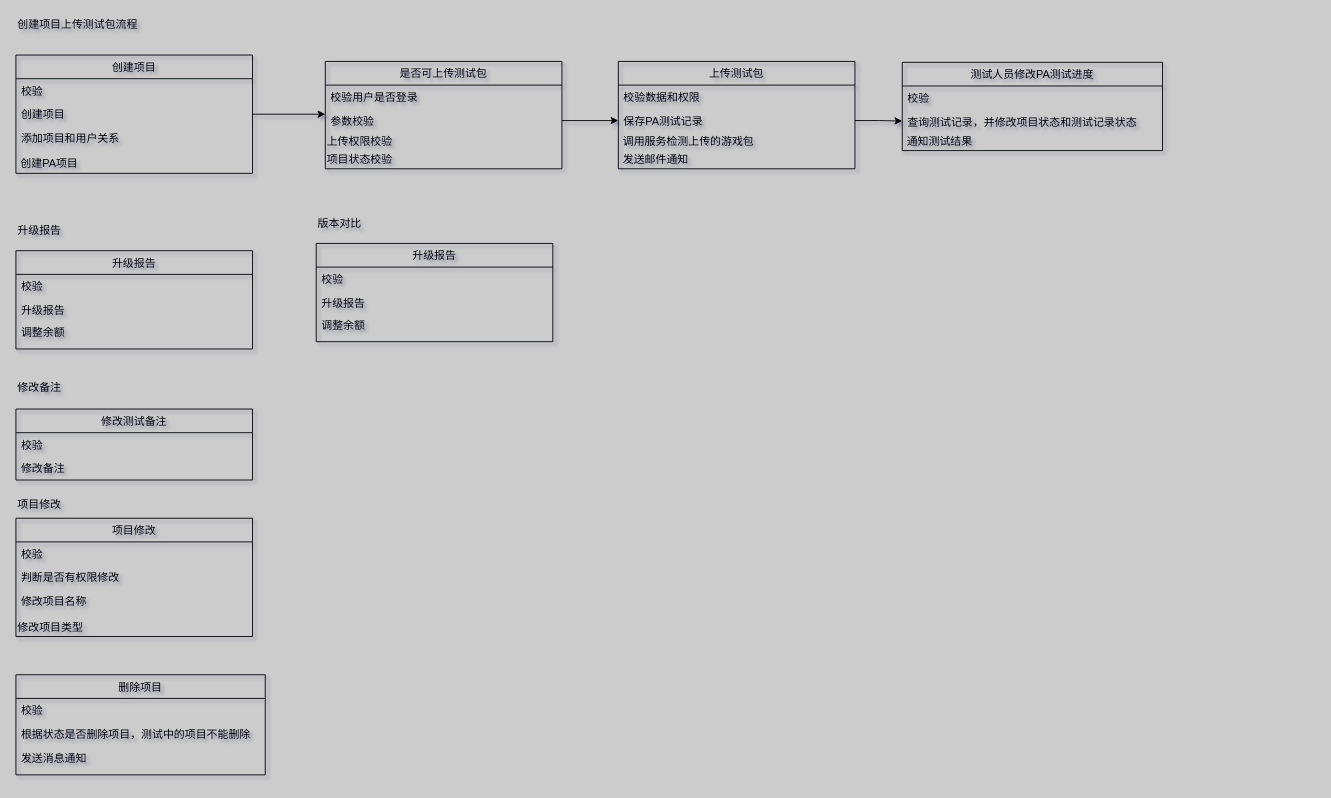
Before: Untitled Diagram.drawio in concurrentWang/SpringBoot-Labs, a draw.io diagram. Source tidied: cells renumbered, new cells numbered last; positions are measured from the earlier drawing's top-left corner, leaving out a move shared by most shapes. Both pictures are drawn from the tidied source at 91%, with x=0, y=0 at pixel (15, 15).
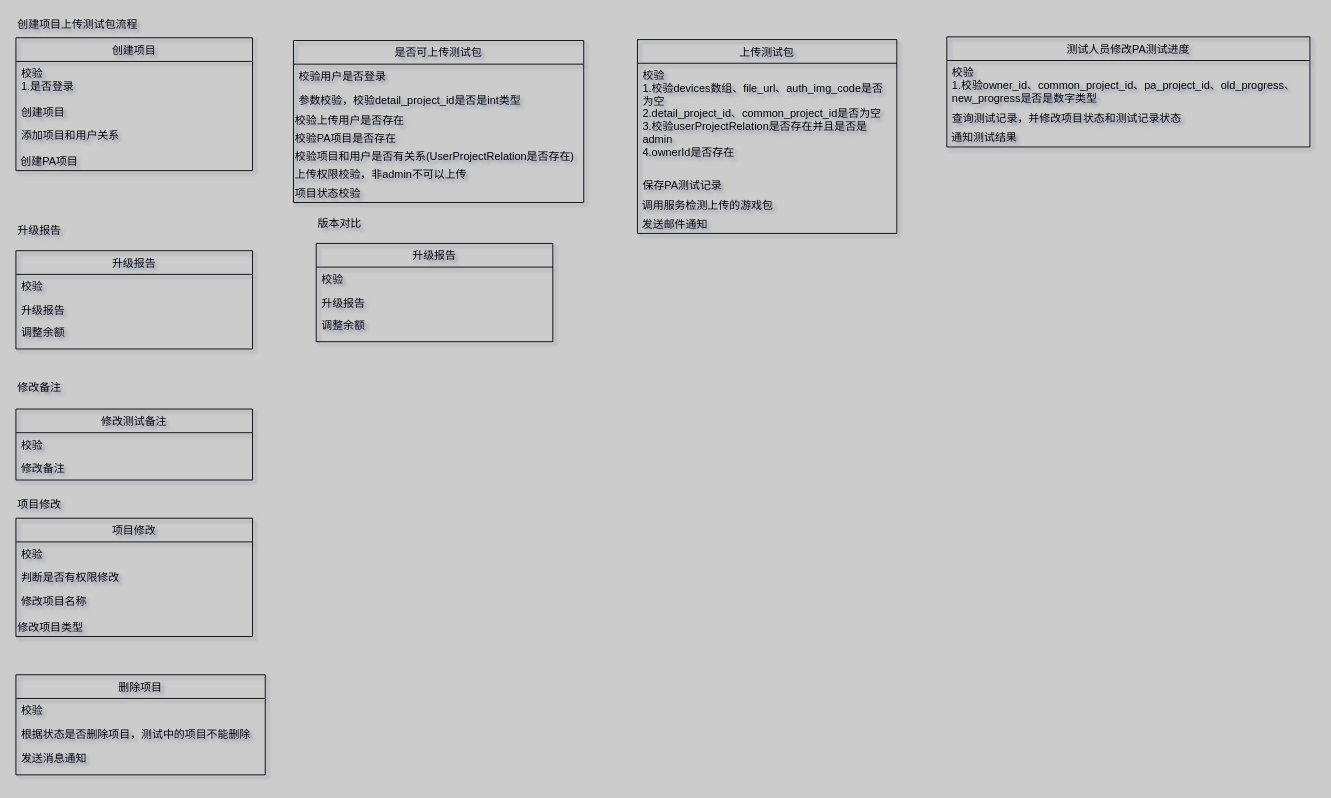
After the change.

The edit, as a diff of the source:
```diff
@@
     <mxCell id="2" value="创建项目" style="swimlane;fontStyle=0;horizontal=1;startSize=26;fillColor=none;" parent="1" vertex="1">
-      <mxGeometry y="43" width="260" height="130" as="geometry" />
+      <mxGeometry y="24" width="260" height="146" as="geometry" />
     </mxCell>
-    <mxCell id="3" value="校验" style="text;strokeColor=none;fillColor=none;align=left;verticalAlign=top;spacingLeft=4;spacingRight=4;overflow=hidden;" parent="2" vertex="1">
-      <mxGeometry y="26" width="260" height="26" as="geometry" />
+    <mxCell id="3" value="校验&#10;1.是否登录" style="text;strokeColor=none;fillColor=none;align=left;verticalAlign=top;spacingLeft=4;spacingRight=4;overflow=hidden;" parent="2" vertex="1">
+      <mxGeometry y="26" width="260" height="42" as="geometry" />
     </mxCell>
     <mxCell id="4" value="创建项目" style="text;strokeColor=none;fillColor=none;align=left;verticalAlign=top;spacingLeft=4;spacingRight=4;overflow=hidden;points=[[0,0.5],[1,0.5]];portConstraint=eastwest;" parent="2" vertex="1">
-      <mxGeometry y="52" width="260" height="26" as="geometry" />
+      <mxGeometry y="68" width="260" height="26" as="geometry" />
     </mxCell>
     <mxCell id="5" value="添加项目和用户关系" style="text;strokeColor=none;fillColor=none;align=left;verticalAlign=top;spacingLeft=4;spacingRight=4;overflow=hidden;" parent="2" vertex="1">
-      <mxGeometry y="78" width="260" height="32" as="geometry" />
+      <mxGeometry y="94" width="260" height="32" as="geometry" />
     </mxCell>
     <mxCell id="6" value="&lt;span&gt;&amp;nbsp;创建PA项目&lt;/span&gt;" style="text;html=1;strokeColor=none;fillColor=none;align=left;verticalAlign=middle;whiteSpace=wrap;rounded=0;" parent="2" vertex="1">
-      <mxGeometry y="110" width="260" height="20" as="geometry" />
+      <mxGeometry y="126" width="260" height="20" as="geometry" />
     </mxCell>
-    <mxCell id="7" style="edgeStyle=orthogonalEdgeStyle;rounded=0;jettySize=auto;html=1;exitX=1;exitY=0.5;exitDx=0;exitDy=0;" parent="1" edge="1" source="4">
-      <mxGeometry relative="1" as="geometry">
-        <mxPoint x="340" y="108" as="targetPoint" />
-      </mxGeometry>
-    </mxCell>
     <mxCell id="8" value="上传测试包" style="swimlane;fontStyle=0;horizontal=1;startSize=26;fillColor=none;" parent="1" vertex="1">
-      <mxGeometry x="662" y="50" width="260" height="118" as="geometry" />
+      <mxGeometry x="683" y="26" width="285" height="213" as="geometry" />
     </mxCell>
-    <mxCell id="9" value="校验数据和权限" style="text;strokeColor=none;fillColor=none;align=left;verticalAlign=top;spacingLeft=4;spacingRight=4;overflow=hidden;" parent="8" vertex="1">
-      <mxGeometry y="26" width="260" height="26" as="geometry" />
+    <mxCell id="9" value="校验&#10;1.校验devices数组、file_url、auth_img_code是否&#10;为空&#10;2.detail_project_id、common_project_id是否为空&#10;3.校验userProjectRelation是否存在并且是否是&#10;admin&#10;4.ownerId是否存在" style="text;strokeColor=none;fillColor=none;align=left;verticalAlign=top;spacingLeft=4;spacingRight=4;overflow=hidden;" parent="8" vertex="1">
+      <mxGeometry y="26" width="285" height="121" as="geometry" />
     </mxCell>
     <mxCell id="10" value="保存PA测试记录" style="text;strokeColor=none;fillColor=none;align=left;verticalAlign=top;spacingLeft=4;spacingRight=4;overflow=hidden;points=[[0,0.5],[1,0.5]];portConstraint=eastwest;" parent="8" vertex="1">
-      <mxGeometry y="52" width="260" height="26" as="geometry" />
+      <mxGeometry y="147" width="285" height="26" as="geometry" />
     </mxCell>
     <mxCell id="11" value="&amp;nbsp;调用服务检测上传的游戏包" style="text;html=1;strokeColor=none;fillColor=none;align=left;verticalAlign=middle;whiteSpace=wrap;rounded=0;" parent="8" vertex="1">
-      <mxGeometry y="78" width="260" height="20" as="geometry" />
+      <mxGeometry y="173" width="285" height="20" as="geometry" />
     </mxCell>
     <mxCell id="12" value="&amp;nbsp;发送邮件通知" style="text;html=1;strokeColor=none;fillColor=none;align=left;verticalAlign=middle;whiteSpace=wrap;rounded=0;" parent="8" vertex="1">
-      <mxGeometry y="98" width="260" height="20" as="geometry" />
+      <mxGeometry y="193" width="285" height="20" as="geometry" />
     </mxCell>
     <mxCell id="13" value="测试人员修改PA测试进度" style="swimlane;fontStyle=0;horizontal=1;startSize=26;fillColor=none;" parent="1" vertex="1">
-      <mxGeometry x="974" y="51" width="286" height="97" as="geometry" />
+      <mxGeometry x="1023" y="23" width="399" height="121" as="geometry" />
     </mxCell>
-    <mxCell id="14" value="校验" style="text;strokeColor=none;fillColor=none;align=left;verticalAlign=top;spacingLeft=4;spacingRight=4;overflow=hidden;" parent="13" vertex="1">
-      <mxGeometry y="26" width="286" height="26" as="geometry" />
+    <mxCell id="14" value="校验&#10;1.校验owner_id、common_project_id、pa_project_id、old_progress、&#10;new_progress是否是数字类型" style="text;strokeColor=none;fillColor=none;align=left;verticalAlign=top;spacingLeft=4;spacingRight=4;overflow=hidden;" parent="13" vertex="1">
+      <mxGeometry y="26" width="399" height="50" as="geometry" />
     </mxCell>
     <mxCell id="15" value="查询测试记录，并修改项目状态和测试记录状态" style="text;strokeColor=none;fillColor=none;align=left;verticalAlign=top;spacingLeft=4;spacingRight=4;overflow=hidden;points=[[0,0.5],[1,0.5]];portConstraint=eastwest;" parent="13" vertex="1">
-      <mxGeometry y="52" width="286" height="25" as="geometry" />
+      <mxGeometry y="76" width="399" height="25" as="geometry" />
     </mxCell>
     <mxCell id="16" value="&amp;nbsp;通知测试结果" style="text;html=1;strokeColor=none;fillColor=none;align=left;verticalAlign=middle;whiteSpace=wrap;rounded=0;" parent="13" vertex="1">
-      <mxGeometry y="77" width="286" height="20" as="geometry" />
+      <mxGeometry y="101" width="399" height="20" as="geometry" />
     </mxCell>
-    <mxCell id="17" style="edgeStyle=orthogonalEdgeStyle;rounded=0;jettySize=auto;html=1;exitX=1;exitY=0.5;exitDx=0;exitDy=0;entryX=0;entryY=0.5;entryDx=0;entryDy=0;" parent="1" edge="1" source="10" target="15">
-      <mxGeometry relative="1" as="geometry" />
-    </mxCell>
@@
     <mxCell id="28" value="是否可上传测试包" style="swimlane;fontStyle=0;horizontal=1;startSize=26;fillColor=none;" parent="1" vertex="1">
-      <mxGeometry x="340" y="50" width="260" height="118" as="geometry" />
+      <mxGeometry x="305" y="27" width="319" height="178" as="geometry" />
     </mxCell>
     <mxCell id="29" value="校验用户是否登录" style="text;strokeColor=none;fillColor=none;align=left;verticalAlign=top;spacingLeft=4;spacingRight=4;overflow=hidden;" parent="28" vertex="1">
-      <mxGeometry y="26" width="260" height="26" as="geometry" />
+      <mxGeometry y="26" width="319" height="26" as="geometry" />
     </mxCell>
-    <mxCell id="30" value="参数校验" style="text;strokeColor=none;fillColor=none;align=left;verticalAlign=top;spacingLeft=4;spacingRight=4;overflow=hidden;points=[[0,0.5],[1,0.5]];portConstraint=eastwest;" parent="28" vertex="1">
-      <mxGeometry y="52" width="260" height="26" as="geometry" />
+    <mxCell id="30" value="参数校验，校验detail_project_id是否是int类型" style="text;strokeColor=none;fillColor=none;align=left;verticalAlign=top;spacingLeft=4;spacingRight=4;overflow=hidden;points=[[0,0.5],[1,0.5]];portConstraint=eastwest;" parent="28" vertex="1">
+      <mxGeometry y="52" width="319" height="26" as="geometry" />
     </mxCell>
+    <mxCell id="49" value="校验上传用户是否存在&amp;nbsp;" style="text;html=1;strokeColor=none;fillColor=none;align=left;verticalAlign=middle;whiteSpace=wrap;rounded=0;" parent="28" vertex="1">
+      <mxGeometry y="78" width="319" height="20" as="geometry" />
+    </mxCell>
+    <mxCell id="50" value="校验PA项目是否存在" style="text;html=1;strokeColor=none;fillColor=none;align=left;verticalAlign=middle;whiteSpace=wrap;rounded=0;" parent="28" vertex="1">
+      <mxGeometry y="98" width="319" height="20" as="geometry" />
+    </mxCell>
+    <mxCell id="51" value="&lt;p&gt;校验项目和用户是否有关系(UserProjectRelation是否存在)&lt;/p&gt;" style="text;html=1;strokeColor=none;fillColor=none;align=left;verticalAlign=middle;whiteSpace=wrap;rounded=0;" parent="28" vertex="1">
+      <mxGeometry y="118" width="319" height="20" as="geometry" />
+    </mxCell>
-    <mxCell id="31" value="上传权限校验" style="text;html=1;strokeColor=none;fillColor=none;align=left;verticalAlign=middle;whiteSpace=wrap;rounded=0;" parent="28" vertex="1">
-      <mxGeometry y="78" width="260" height="20" as="geometry" />
+    <mxCell id="31" value="上传权限校验，非admin不可以上传" style="text;html=1;strokeColor=none;fillColor=none;align=left;verticalAlign=middle;whiteSpace=wrap;rounded=0;" parent="28" vertex="1">
+      <mxGeometry y="138" width="319" height="20" as="geometry" />
     </mxCell>
     <mxCell id="32" value="项目状态校验" style="text;html=1;strokeColor=none;fillColor=none;align=left;verticalAlign=middle;whiteSpace=wrap;rounded=0;" parent="28" vertex="1">
-      <mxGeometry y="98" width="260" height="20" as="geometry" />
+      <mxGeometry y="158" width="319" height="20" as="geometry" />
     </mxCell>
-    <mxCell id="33" style="edgeStyle=orthogonalEdgeStyle;rounded=0;jettySize=auto;html=1;exitX=1;exitY=0.5;exitDx=0;exitDy=0;entryX=0;entryY=0.5;entryDx=0;entryDy=0;" parent="1" edge="1" source="30" target="10">
-      <mxGeometry relative="1" as="geometry" />
-    </mxCell>
```
